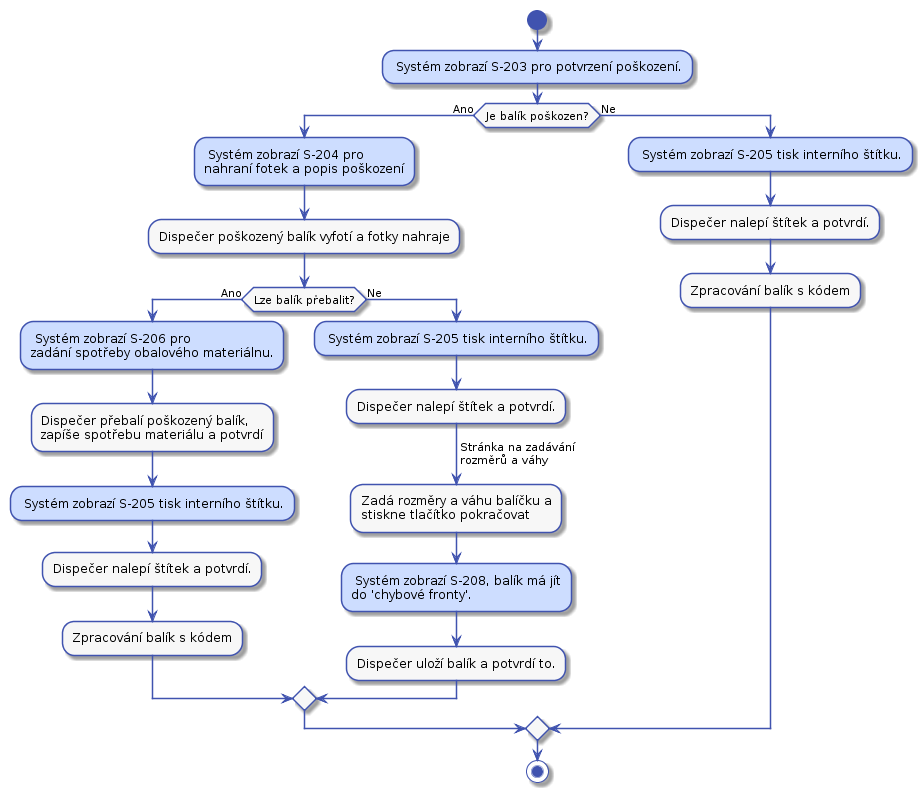
Internet-Handel/postman keeps this PlantUML diagram as docs/diagrams/out/uc-21-activity-3.png. Above is the earlier version.
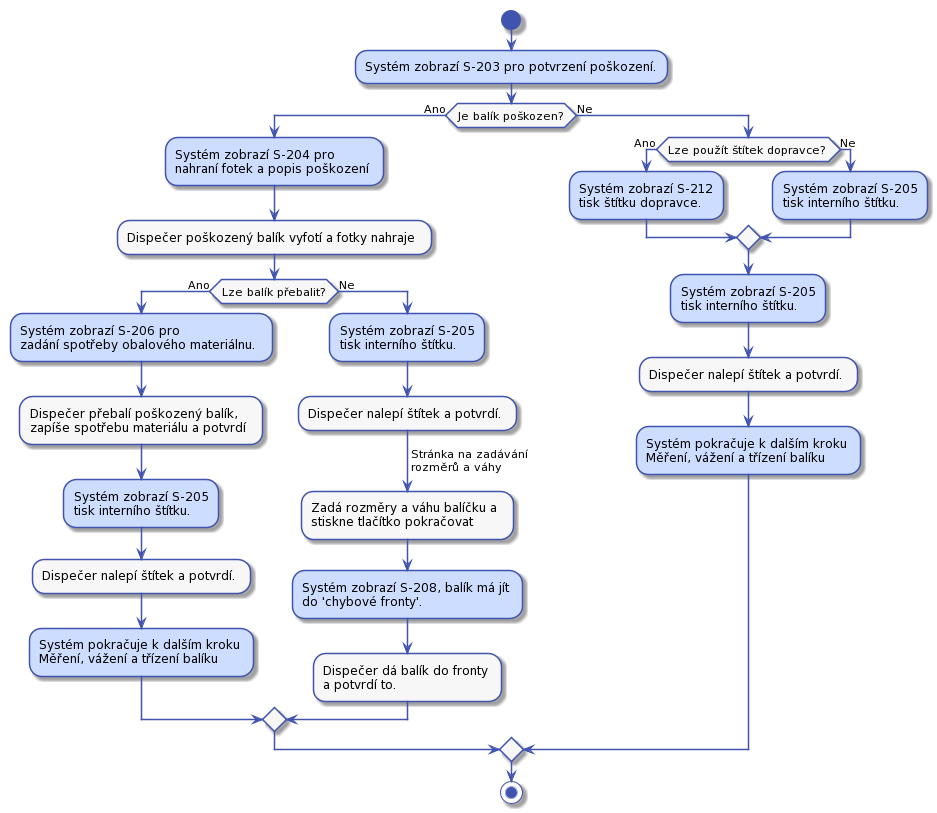
Above is the later version.

What changed in the source:
```diff
@@ -57,34 +57,42 @@
 
 start
 
-#CDDDFF: Systém zobrazí S-203 pro potvrzení poškození.;
+#CDDDFF:Systém zobrazí S-203 pro potvrzení poškození.;
 
 if (Je balík poškozen?) then (Ano)
-    #CDDDFF: Systém zobrazí S-204 pro
+    #CDDDFF:Systém zobrazí S-204 pro
     nahraní fotek a popis poškození;
     :Dispečer poškozený balík vyfotí a fotky nahraje;
     if (Lze balík přebalit?) then (Ano)
-        #CDDDFF: Systém zobrazí S-206 pro
+        #CDDDFF:Systém zobrazí S-206 pro
         zadání spotřeby obalového materiálnu.;
         :Dispečer přebalí poškozený balík,
         zapíše spotřebu materiálu a potvrdí;
-        #CDDDFF: Systém zobrazí S-205 tisk interního štítku.;
+        #CDDDFF:Systém zobrazí S-205\ntisk interního štítku.;
         :Dispečer nalepí štítek a potvrdí.;
-        :Zpracování balík s kódem;
+        #CDDDFF:Systém pokračuje k dalším kroku
+        Měření, vážení a třízení balíku;
     else (Ne)
-        #CDDDFF: Systém zobrazí S-205 tisk interního štítku.;
+        #CDDDFF:Systém zobrazí S-205\ntisk interního štítku.;
         :Dispečer nalepí štítek a potvrdí.;
         -> Stránka na zadávání\nrozměrů a váhy;
         :Zadá rozměry a váhu balíčku a
         stiskne tlačítko pokračovat;
-        #CDDDFF: Systém zobrazí S-208, balík má jít
+        #CDDDFF:Systém zobrazí S-208, balík má jít
         do 'chybové fronty'.;
-        :Dispečer uloží balík a potvrdí to.;
+        :Dispečer dá balík do fronty
+        a potvrdí to.;
     endif
 else (Ne)
-    #CDDDFF: Systém zobrazí S-205 tisk interního štítku.;
+    if (Lze použít štítek dopravce?) then (Ano)
+        #CDDDFF:Systém zobrazí S-212\ntisk štítku dopravce.;
+    else (Ne)
+        #CDDDFF:Systém zobrazí S-205\ntisk interního štítku.;
+    endif
+    #CDDDFF:Systém zobrazí S-205\ntisk interního štítku.;
     :Dispečer nalepí štítek a potvrdí.;
-    :Zpracování balík s kódem;
+    #CDDDFF:Systém pokračuje k dalším kroku
+    Měření, vážení a třízení balíku;
 endif
 
 stop
```
